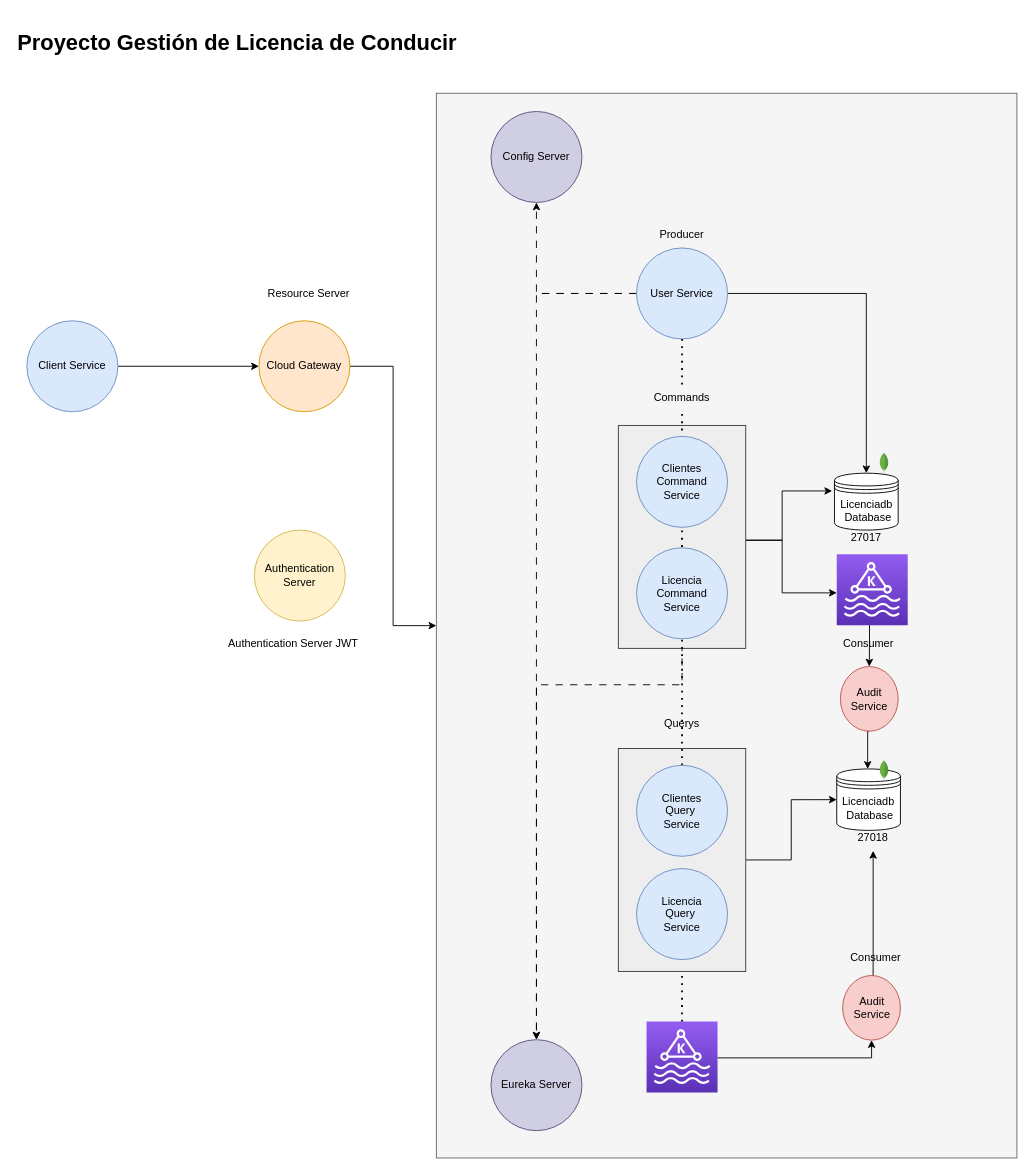
Above: Arquitectura Proyecto - Licencia Conducir.drawio in hjara/mscloud-mito (draw.io), before the change. Source tidied: cells renumbered, new cells numbered last; positions are measured from the earlier drawing's top-left corner, leaving out a move shared by most shapes. Both pictures are drawn from the tidied source at 91%, with x=0, y=0 at pixel (15, 29).
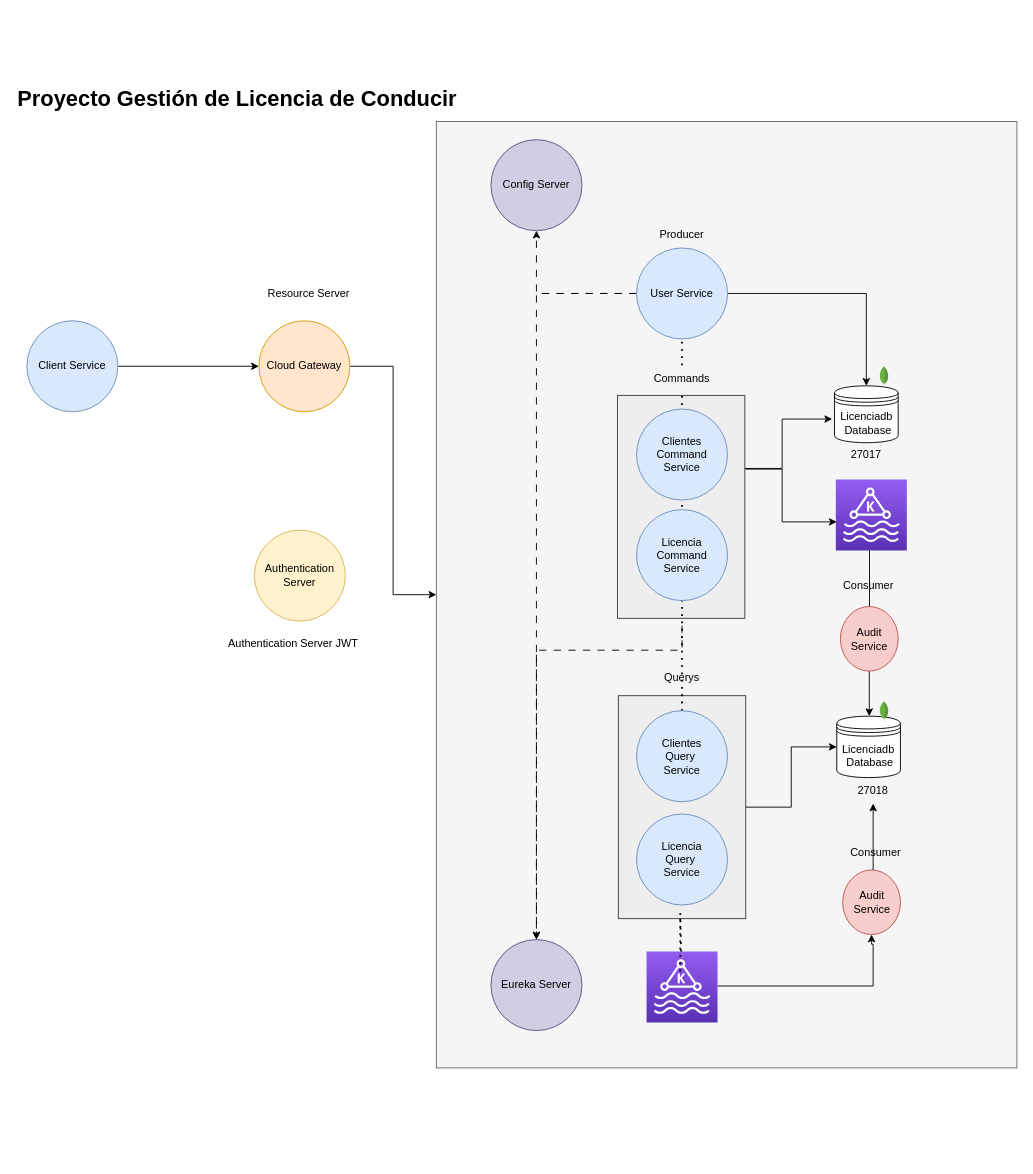
The same diagram, later.

The edit, as a diff of the source:
```diff
@@
     <mxCell id="2" style="rounded=0;whiteSpace=wrap;html=1;fillColor=#f5f5f5;fontColor=#333333;strokeColor=#666666;" parent="1" vertex="1">
-      <mxGeometry x="462" y="70" width="638" height="1170" as="geometry" />
+      <mxGeometry x="462" y="101" width="638" height="1040" as="geometry" />
     </mxCell>
     <mxCell id="3" value="Config Server" style="ellipse;whiteSpace=wrap;html=1;fillColor=#d0cee2;strokeColor=#56517e;" parent="1" vertex="1">
-      <mxGeometry x="522" y="90" width="100" height="100" as="geometry" />
+      <mxGeometry x="522" y="121" width="100" height="100" as="geometry" />
     </mxCell>
     <mxCell id="4" value="Eureka Server" style="ellipse;whiteSpace=wrap;html=1;fillColor=#d0cee2;strokeColor=#56517e;" parent="1" vertex="1">
-      <mxGeometry x="522" y="1110" width="100" height="100" as="geometry" />
+      <mxGeometry x="522" y="1000" width="100" height="100" as="geometry" />
     </mxCell>
@@
-    <mxCell id="9" style="edgeStyle=orthogonalEdgeStyle;rounded=0;jettySize=auto;html=1;dashed=1;dashPattern=8 8;" parent="1" edge="1" source="38" target="4">
+    <mxCell id="9" style="edgeStyle=orthogonalEdgeStyle;rounded=0;jettySize=auto;html=1;dashed=1;dashPattern=8 8;entryX=0.5;entryY=0;entryDx=0;entryDy=0;" parent="1" edge="1" target="4">
       <mxGeometry relative="1" as="geometry">
+        <mxPoint x="732" y="479" as="sourcePoint" />
         <Array as="points">
-          <mxPoint x="732" y="720" />
-          <mxPoint x="572" y="720" />
+          <mxPoint x="732" y="682" />
+          <mxPoint x="572" y="682" />
         </Array>
       </mxGeometry>
     </mxCell>
@@
     <mxCell id="14" value="&lt;div&gt;Licenciadb&lt;/div&gt;&lt;div&gt;&amp;nbsp;Database&lt;/div&gt;" style="shape=datastore;whiteSpace=wrap;html=1;" parent="1" vertex="1">
-      <mxGeometry x="899.5" y="487.5" width="70" height="62.5" as="geometry" />
+      <mxGeometry x="899.5" y="391.5" width="70" height="62.5" as="geometry" />
     </mxCell>
     <mxCell id="15" style="dashed=0;html=1;align=center;labelPosition=center;verticalLabelPosition=bottom;verticalAlign=top;shape=mxgraph.weblogos.mongodb;" parent="1" vertex="1">
-      <mxGeometry x="949" y="464.5" width="10" height="23" as="geometry" />
+      <mxGeometry x="949" y="369.5" width="10" height="23" as="geometry" />
     </mxCell>
@@
     <mxCell id="19" style="edgeStyle=orthogonalEdgeStyle;rounded=0;jettySize=auto;html=1;exitX=0.5;exitY=0;exitDx=0;exitDy=0;" parent="1" edge="1" source="48" target="45">
       <mxGeometry relative="1" as="geometry">
         <Array as="points">
-          <mxPoint x="942" y="1039" />
+          <mxPoint x="940" y="941" />
+          <mxPoint x="942" y="941" />
         </Array>
       </mxGeometry>
     </mxCell>
     <mxCell id="20" style="edgeStyle=orthogonalEdgeStyle;rounded=0;jettySize=auto;html=1;entryX=0.5;entryY=1;entryDx=0;entryDy=0;" parent="1" edge="1" source="21" target="48">
       <mxGeometry relative="1" as="geometry">
         <Array as="points">
-          <mxPoint x="940" y="1130" />
+          <mxPoint x="942" y="1051" />
+          <mxPoint x="942" y="1005" />
         </Array>
       </mxGeometry>
     </mxCell>
     <mxCell id="21" style="sketch=0;points=[[0,0,0],[0.25,0,0],[0.5,0,0],[0.75,0,0],[1,0,0],[0,1,0],[0.25,1,0],[0.5,1,0],[0.75,1,0],[1,1,0],[0,0.25,0],[0,0.5,0],[0,0.75,0],[1,0.25,0],[1,0.5,0],[1,0.75,0]];outlineConnect=0;fontColor=#232F3E;gradientColor=#945DF2;gradientDirection=north;fillColor=#5A30B5;strokeColor=#ffffff;dashed=0;verticalLabelPosition=bottom;verticalAlign=top;align=center;html=1;fontSize=12;fontStyle=0;shape=mxgraph.aws4.resourceIcon;resIcon=mxgraph.aws4.managed_streaming_for_kafka;" parent="1" vertex="1">
-      <mxGeometry x="693" y="1090" width="78" height="78" as="geometry" />
+      <mxGeometry x="693" y="1013" width="78" height="78" as="geometry" />
     </mxCell>
     <mxCell id="22" value="Consumer" style="text;html=1;strokeColor=none;fillColor=none;align=center;verticalAlign=middle;whiteSpace=wrap;rounded=0;" parent="1" vertex="1">
-      <mxGeometry x="915" y="1005" width="60" height="30" as="geometry" />
+      <mxGeometry x="915" y="890" width="60" height="30" as="geometry" />
     </mxCell>
@@
     <mxCell id="25" value="&lt;h1&gt;Proyecto Gestión de Licencia de Conducir&lt;/h1&gt;" style="text;html=1;strokeColor=none;fillColor=none;align=left;verticalAlign=middle;whiteSpace=wrap;rounded=0;" parent="1" vertex="1">
-      <mxGeometry width="790" height="30" as="geometry" />
+      <mxGeometry y="61" width="790" height="30" as="geometry" />
     </mxCell>
     <mxCell id="26" style="edgeStyle=orthogonalEdgeStyle;rounded=0;orthogonalLoop=1;jettySize=auto;html=1;entryX=-0.057;entryY=0.408;entryDx=0;entryDy=0;entryPerimeter=0;" parent="1" edge="1">
       <mxGeometry relative="1" as="geometry">
-        <mxPoint x="800.4" y="561.3" as="sourcePoint" />
-        <mxPoint x="897" y="507" as="targetPoint" />
+        <mxPoint x="800.4" y="482.3" as="sourcePoint" />
+        <mxPoint x="897" y="428" as="targetPoint" />
         <Array as="points">
-          <mxPoint x="842" y="561" />
-          <mxPoint x="842" y="507" />
+          <mxPoint x="842" y="482" />
+          <mxPoint x="842" y="428" />
         </Array>
       </mxGeometry>
     </mxCell>
-    <mxCell id="27" style="edgeStyle=orthogonalEdgeStyle;rounded=0;jettySize=auto;html=1;" parent="1" edge="1" source="28" target="42">
+    <mxCell id="27" style="edgeStyle=orthogonalEdgeStyle;rounded=0;orthogonalLoop=1;jettySize=auto;html=1;" parent="1" edge="1">
       <mxGeometry relative="1" as="geometry">
+        <mxPoint x="802" y="483" as="sourcePoint" />
+        <mxPoint x="902" y="541" as="targetPoint" />
         <Array as="points">
-          <mxPoint x="842" y="561" />
-          <mxPoint x="842" y="619" />
+          <mxPoint x="842" y="483" />
+          <mxPoint x="842" y="541" />
         </Array>
       </mxGeometry>
     </mxCell>
     <mxCell id="28" style="rounded=0;whiteSpace=wrap;html=1;fillColor=#eeeeee;strokeColor=#36393d;" parent="1" vertex="1">
-      <mxGeometry x="662" y="435" width="140" height="245" as="geometry" />
+      <mxGeometry x="661" y="402" width="140" height="245" as="geometry" />
     </mxCell>
@@
     <mxCell id="30" style="rounded=0;whiteSpace=wrap;html=1;fillColor=#eeeeee;strokeColor=#36393d;" parent="1" vertex="1">
-      <mxGeometry x="662" y="790" width="140" height="245" as="geometry" />
+      <mxGeometry x="662" y="732" width="140" height="245" as="geometry" />
     </mxCell>
@@
     <mxCell id="32" value="&lt;div&gt;Licenciadb&lt;/div&gt;&lt;div&gt;&amp;nbsp;Database&lt;/div&gt;" style="shape=datastore;whiteSpace=wrap;html=1;" parent="1" vertex="1">
-      <mxGeometry x="902" y="812.5" width="70" height="67.5" as="geometry" />
+      <mxGeometry x="902" y="754.5" width="70" height="67.5" as="geometry" />
     </mxCell>
     <mxCell id="33" style="dashed=0;html=1;align=center;labelPosition=center;verticalLabelPosition=bottom;verticalAlign=top;shape=mxgraph.weblogos.mongodb;" parent="1" vertex="1">
-      <mxGeometry x="949" y="802.5" width="10" height="23" as="geometry" />
+      <mxGeometry x="949" y="737.5" width="10" height="23" as="geometry" />
     </mxCell>
     <mxCell id="34" style="endArrow=none;dashed=1;html=1;dashPattern=1 3;strokeWidth=2;rounded=0;" parent="1" edge="1" source="21">
       <mxGeometry relative="1" as="geometry">
         <mxPoint x="730" y="1040" as="targetPoint" />
         <Array as="points">
-          <mxPoint x="732" y="1040" />
+          <mxPoint x="730" y="971" />
         </Array>
       </mxGeometry>
     </mxCell>
     <mxCell id="35" value="&lt;div&gt;Clientes &lt;br&gt;&lt;/div&gt;&lt;div&gt;Query&amp;nbsp;&lt;/div&gt;&lt;div&gt;Service&lt;/div&gt;" style="ellipse;whiteSpace=wrap;html=1;fillColor=#dae8fc;strokeColor=#6c8ebf;" parent="1" vertex="1">
-      <mxGeometry x="682" y="808.5" width="100" height="100" as="geometry" />
+      <mxGeometry x="682" y="748.5" width="100" height="100" as="geometry" />
     </mxCell>
     <mxCell id="36" value="Commands" style="text;html=1;strokeColor=none;fillColor=none;align=center;verticalAlign=middle;whiteSpace=wrap;rounded=0;" parent="1" vertex="1">
-      <mxGeometry x="662" y="390" width="140" height="30" as="geometry" />
+      <mxGeometry x="662" y="369" width="140" height="30" as="geometry" />
     </mxCell>
     <mxCell id="37" value="Querys" style="text;html=1;strokeColor=none;fillColor=none;align=center;verticalAlign=middle;whiteSpace=wrap;rounded=0;" parent="1" vertex="1">
-      <mxGeometry x="662" y="747.5" width="140" height="30" as="geometry" />
+      <mxGeometry x="662" y="696.5" width="140" height="30" as="geometry" />
     </mxCell>
     <mxCell id="38" value="Clientes Command Service" style="ellipse;whiteSpace=wrap;html=1;fillColor=#dae8fc;strokeColor=#6c8ebf;" parent="1" vertex="1">
-      <mxGeometry x="682" y="447" width="100" height="100" as="geometry" />
+      <mxGeometry x="682" y="417" width="100" height="100" as="geometry" />
     </mxCell>
     <mxCell id="39" value="Licencia Command Service" style="ellipse;whiteSpace=wrap;html=1;fillColor=#dae8fc;strokeColor=#6c8ebf;" parent="1" vertex="1">
-      <mxGeometry x="682" y="569.5" width="100" height="100" as="geometry" />
+      <mxGeometry x="682" y="527.5" width="100" height="100" as="geometry" />
     </mxCell>
     <mxCell id="40" value="&lt;div&gt;Licencia&lt;/div&gt;&lt;div&gt;Query&amp;nbsp;&lt;/div&gt;&lt;div&gt;Service&lt;/div&gt;" style="ellipse;whiteSpace=wrap;html=1;fillColor=#dae8fc;strokeColor=#6c8ebf;" parent="1" vertex="1">
-      <mxGeometry x="682" y="922" width="100" height="100" as="geometry" />
+      <mxGeometry x="682" y="862" width="100" height="100" as="geometry" />
     </mxCell>
-    <mxCell id="41" style="edgeStyle=orthogonalEdgeStyle;rounded=0;jettySize=auto;html=1;exitX=0.5;exitY=1;exitDx=0;exitDy=0;" parent="1" edge="1" source="47">
+    <mxCell id="41" style="edgeStyle=orthogonalEdgeStyle;rounded=0;jettySize=auto;html=1;exitX=0.5;exitY=1;exitDx=0;exitDy=0;" parent="1" edge="1" source="47" target="32">
       <mxGeometry relative="1" as="geometry">
-        <mxPoint x="936" y="812.5" as="targetPoint" />
         <Array as="points">
-          <mxPoint x="936" y="771" />
+          <mxPoint x="938" y="781" />
+          <mxPoint x="936" y="781" />
+          <mxPoint x="936" y="821" />
         </Array>
       </mxGeometry>
     </mxCell>
     <mxCell id="42" style="sketch=0;points=[[0,0,0],[0.25,0,0],[0.5,0,0],[0.75,0,0],[1,0,0],[0,1,0],[0.25,1,0],[0.5,1,0],[0.75,1,0],[1,1,0],[0,0.25,0],[0,0.5,0],[0,0.75,0],[1,0.25,0],[1,0.5,0],[1,0.75,0]];outlineConnect=0;fontColor=#232F3E;gradientColor=#945DF2;gradientDirection=north;fillColor=#5A30B5;strokeColor=#ffffff;dashed=0;verticalLabelPosition=bottom;verticalAlign=top;align=center;html=1;fontSize=12;fontStyle=0;shape=mxgraph.aws4.resourceIcon;resIcon=mxgraph.aws4.managed_streaming_for_kafka;" parent="1" vertex="1">
-      <mxGeometry x="902" y="576.5" width="78" height="78" as="geometry" />
+      <mxGeometry x="901" y="494.5" width="78" height="78" as="geometry" />
     </mxCell>
@@
     <mxCell id="44" value="Consumer" style="text;html=1;strokeColor=none;fillColor=none;align=center;verticalAlign=middle;whiteSpace=wrap;rounded=0;" parent="1" vertex="1">
-      <mxGeometry x="867" y="660" width="140" height="30" as="geometry" />
+      <mxGeometry x="867" y="596" width="140" height="30" as="geometry" />
     </mxCell>
     <mxCell id="45" value="27018" style="text;html=1;strokeColor=none;fillColor=none;align=center;verticalAlign=middle;whiteSpace=wrap;rounded=0;" parent="1" vertex="1">
-      <mxGeometry x="897" y="872.5" width="90" height="30" as="geometry" />
+      <mxGeometry x="897" y="820.5" width="90" height="30" as="geometry" />
     </mxCell>
     <mxCell id="46" value="27017" style="text;html=1;strokeColor=none;fillColor=none;align=center;verticalAlign=middle;whiteSpace=wrap;rounded=0;" parent="1" vertex="1">
-      <mxGeometry x="897" y="542.5" width="75" height="30" as="geometry" />
+      <mxGeometry x="897" y="451.5" width="75" height="30" as="geometry" />
     </mxCell>
     <mxCell id="47" value="Audit Service" style="ellipse;whiteSpace=wrap;html=1;fillColor=#f8cecc;strokeColor=#b85450;" parent="1" vertex="1">
-      <mxGeometry x="906" y="700" width="63.5" height="71" as="geometry" />
+      <mxGeometry x="906" y="634" width="63.5" height="71" as="geometry" />
     </mxCell>
     <mxCell id="48" value="Audit Service" style="ellipse;whiteSpace=wrap;html=1;fillColor=#f8cecc;strokeColor=#b85450;" parent="1" vertex="1">
-      <mxGeometry x="908.5" y="1039.5" width="63.5" height="71" as="geometry" />
+      <mxGeometry x="908.5" y="923.5" width="63.5" height="71" as="geometry" />
     </mxCell>
```
